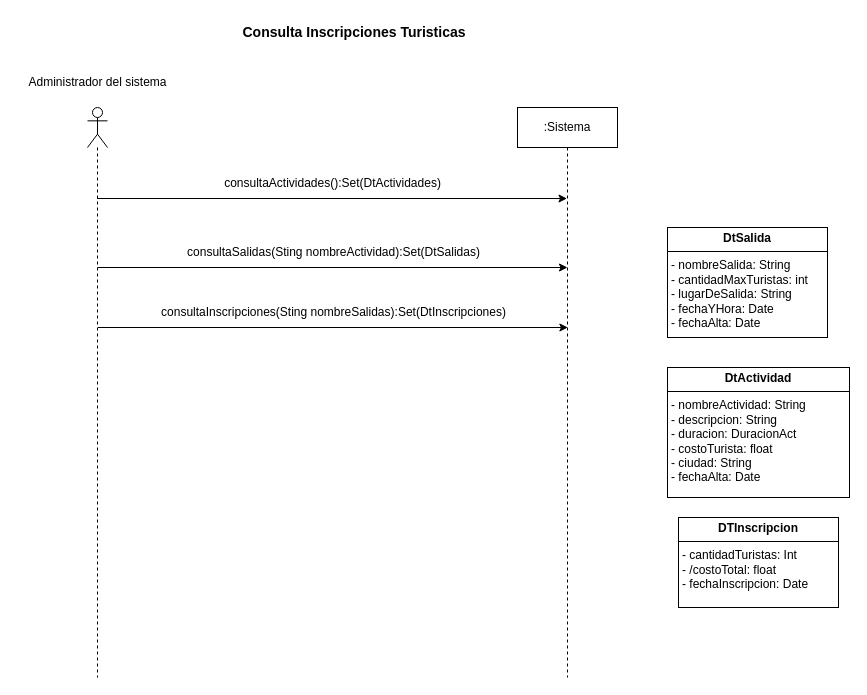
The draw.io diagram page "CU9_ConsultaInscripcionesTuristicas" (6 of 8) of resources/Tarea1.drawio in rofernandezm/Tencnoinf_Pap2025_Tarea1, before the edit. Source tidied: cells renumbered, new cells numbered last; positions are measured from the earlier drawing's top-left corner, leaving out a move shared by most shapes. Both pictures are drawn from the tidied source at 100%, with x=0, y=0 at pixel (17, 17).
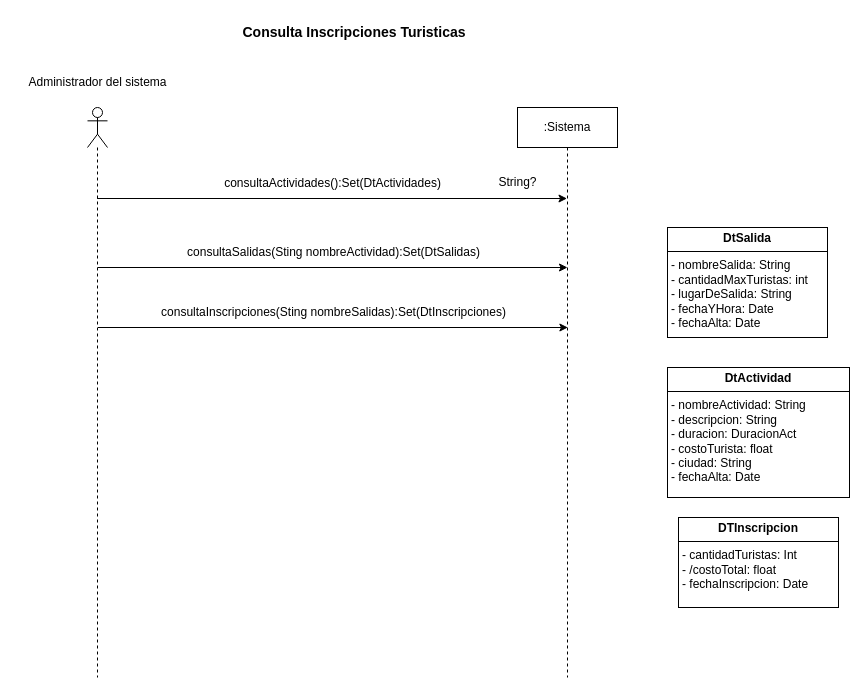
Above is the later version.

Change to the diagram source:
```diff
@@
 <mxGraphModel>
   <root>
     <mxCell id="0" />
     <mxCell id="1" parent="0" />
     <mxCell id="2" style="shape=umlLifeline;perimeter=lifelinePerimeter;whiteSpace=wrap;html=1;newEdgeStyle={&quot;curved&quot;:0,&quot;rounded&quot;:0};participant=umlActor;" parent="1" vertex="1">
       <mxGeometry x="70" y="90" width="20" height="570" as="geometry" />
     </mxCell>
     <mxCell id="3" value=":Sistema" style="shape=umlLifeline;perimeter=lifelinePerimeter;whiteSpace=wrap;html=1;newEdgeStyle={&quot;curved&quot;:0,&quot;rounded&quot;:0};" parent="1" vertex="1">
       <mxGeometry x="500" y="90" width="100" height="570" as="geometry" />
     </mxCell>
     <mxCell id="4" value="Administrador del sistema" style="text;html=1;align=center;verticalAlign=middle;strokeColor=none;fillColor=none;" parent="1" vertex="1">
       <mxGeometry y="50" width="160" height="30" as="geometry" />
     </mxCell>
     <mxCell id="5" value="Consulta Inscripciones Turisticas" style="text;html=1;align=center;verticalAlign=middle;whiteSpace=wrap;rounded=0;fontStyle=1;fontSize=14;" parent="1" vertex="1">
       <mxGeometry x="197.5" width="278" height="30" as="geometry" />
     </mxCell>
     <mxCell id="6" value="&lt;p style=&quot;margin: 4px 0px 0px; text-align: center;&quot;&gt;&lt;b&gt;DtActividad&lt;/b&gt;&lt;/p&gt;&lt;hr style=&quot;border-style: solid;&quot; size=&quot;1&quot;&gt;&lt;p style=&quot;margin: 0px 0px 0px 4px;&quot;&gt;- nombreActividad: String&lt;/p&gt;&lt;p style=&quot;margin: 0px 0px 0px 4px;&quot;&gt;- descripcion: String&lt;/p&gt;&lt;p style=&quot;margin: 0px 0px 0px 4px;&quot;&gt;- duracion: DuracionAct&lt;/p&gt;&lt;p style=&quot;margin: 0px 0px 0px 4px;&quot;&gt;- costoTurista: float&lt;/p&gt;&lt;p style=&quot;margin: 0px 0px 0px 4px;&quot;&gt;- ciudad: String&lt;/p&gt;&lt;p style=&quot;margin: 0px 0px 0px 4px;&quot;&gt;- fechaAlta: Date&lt;/p&gt;" style="verticalAlign=top;align=left;overflow=fill;html=1;whiteSpace=wrap;" parent="1" vertex="1">
       <mxGeometry x="650" y="350" width="182" height="130" as="geometry" />
     </mxCell>
     <mxCell id="7" style="endArrow=classic;html=1;rounded=0;" parent="1" edge="1">
       <mxGeometry relative="1" as="geometry">
         <mxPoint x="79.6" y="181" as="sourcePoint" />
         <mxPoint x="549.5" y="181" as="targetPoint" />
       </mxGeometry>
     </mxCell>
     <mxCell id="8" value="consultaActividades():Set(DtActividades)" style="text;html=1;align=center;verticalAlign=middle;strokeColor=none;fillColor=none;" parent="1" vertex="1">
       <mxGeometry x="195" y="151" width="240" height="30" as="geometry" />
     </mxCell>
     <mxCell id="9" style="endArrow=classic;html=1;rounded=0;" parent="1" edge="1">
       <mxGeometry relative="1" as="geometry">
         <mxPoint x="80.1" y="250" as="sourcePoint" />
         <mxPoint x="550" y="250" as="targetPoint" />
       </mxGeometry>
     </mxCell>
     <mxCell id="10" value="consultaSalidas(Sting nombreActividad):Set(DtSalidas)" style="text;html=1;align=center;verticalAlign=middle;strokeColor=none;fillColor=none;" parent="1" vertex="1">
       <mxGeometry x="155.5" y="220" width="320" height="30" as="geometry" />
     </mxCell>
     <mxCell id="11" style="endArrow=classic;html=1;rounded=0;" parent="1" edge="1">
       <mxGeometry relative="1" as="geometry">
         <mxPoint x="80.5" y="310" as="sourcePoint" />
         <mxPoint x="550.4" y="310" as="targetPoint" />
       </mxGeometry>
     </mxCell>
     <mxCell id="12" value="consultaInscripciones(Sting nombreSalidas):Set(DtInscripciones)" style="text;html=1;align=center;verticalAlign=middle;strokeColor=none;fillColor=none;" parent="1" vertex="1">
       <mxGeometry x="130.9" y="280" width="370" height="30" as="geometry" />
     </mxCell>
     <mxCell id="13" value="&lt;p style=&quot;margin:0px;margin-top:4px;text-align:center;&quot;&gt;&lt;b&gt;DtSalida&lt;/b&gt;&lt;/p&gt;&lt;hr size=&quot;1&quot; style=&quot;border-style:solid;&quot;&gt;&lt;p style=&quot;margin:0px;margin-left:4px;&quot;&gt;- nombreSalida: String&lt;/p&gt;&lt;p style=&quot;margin:0px;margin-left:4px;&quot;&gt;- cantidadMaxTuristas: int&lt;/p&gt;&lt;p style=&quot;margin:0px;margin-left:4px;&quot;&gt;- lugarDeSalida: String&lt;/p&gt;&lt;p style=&quot;margin:0px;margin-left:4px;&quot;&gt;- fechaYHora: Date&lt;/p&gt;&lt;p style=&quot;margin:0px;margin-left:4px;&quot;&gt;- fechaAlta: Date&lt;/p&gt;" style="verticalAlign=top;align=left;overflow=fill;html=1;whiteSpace=wrap;" parent="1" vertex="1">
       <mxGeometry x="650" y="210" width="160" height="110" as="geometry" />
     </mxCell>
     <mxCell id="14" value="&lt;p style=&quot;margin:0px;margin-top:4px;text-align:center;&quot;&gt;&lt;b&gt;DTInscripcion&lt;/b&gt;&lt;/p&gt;&lt;hr size=&quot;1&quot; style=&quot;border-style:solid;&quot;&gt;&lt;p style=&quot;margin:0px;margin-left:4px;&quot;&gt;- cantidadTuristas: Int&lt;/p&gt;&lt;p style=&quot;margin:0px;margin-left:4px;&quot;&gt;- /costoTotal: float&lt;/p&gt;&lt;p style=&quot;margin:0px;margin-left:4px;&quot;&gt;- fechaInscripcion: Date&lt;/p&gt;" style="verticalAlign=top;align=left;overflow=fill;html=1;whiteSpace=wrap;" parent="1" vertex="1">
       <mxGeometry x="661" y="500" width="160" height="90" as="geometry" />
     </mxCell>
+    <mxCell id="15" value="String?" style="text;html=1;align=center;verticalAlign=middle;strokeColor=none;fillColor=none;" parent="1" vertex="1">
+      <mxGeometry x="470" y="150" width="60" height="30" as="geometry" />
+    </mxCell>
   </root>
 </mxGraphModel>
```
